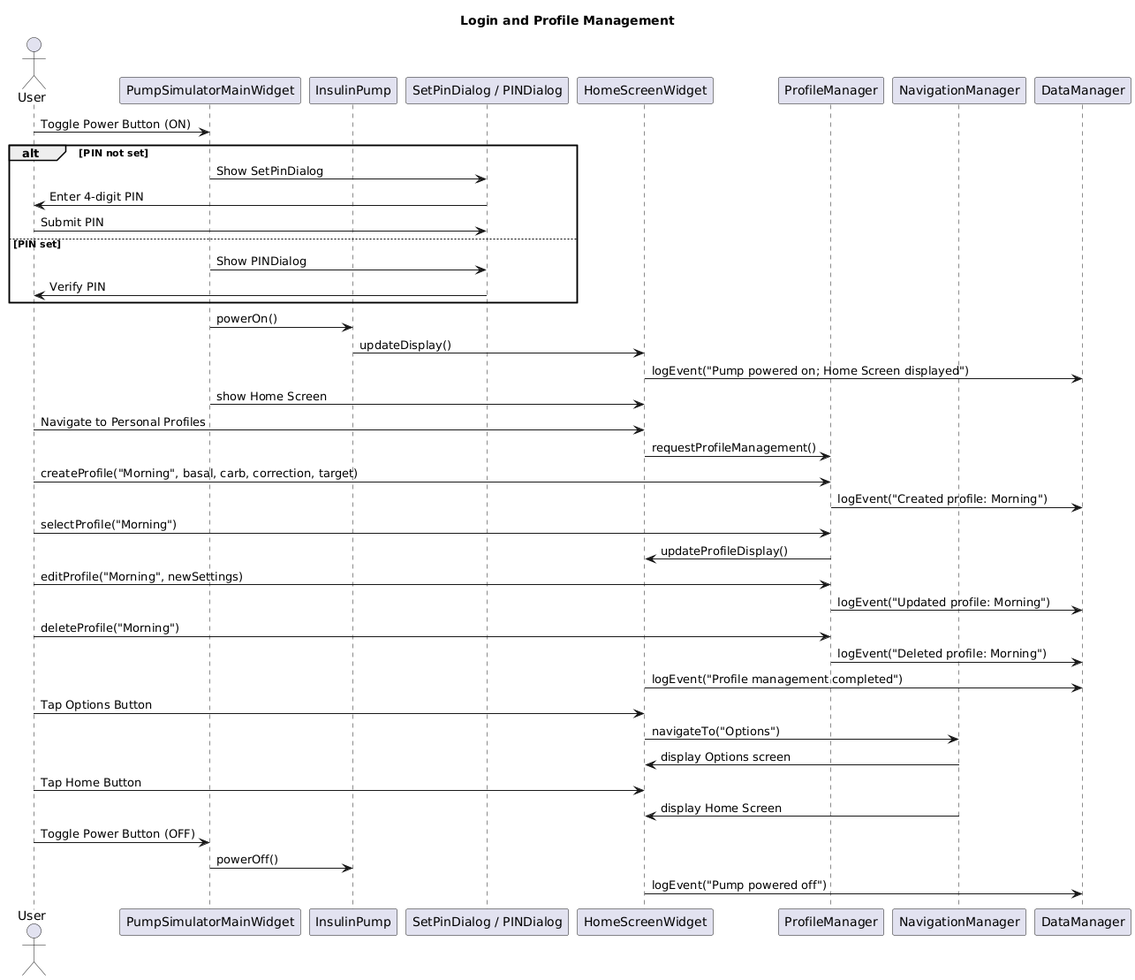
The PlantUML diagram Sequence Diagrams/Login&ProfileManagement.png in nik3tR/Insulin-Pump-Sim, before a commit. Its diagram source:
```plantuml
@startuml
title Login and Profile Management

actor User
participant "PumpSimulatorMainWidget" as PSM
participant "InsulinPump" as IP
participant "SetPinDialog / PINDialog" as PIN
participant "HomeScreenWidget" as HS
participant "ProfileManager" as PM
participant "NavigationManager" as NM
participant "DataManager" as DM

User -> PSM: Toggle Power Button (ON)
alt PIN not set
  PSM -> PIN: Show SetPinDialog
  PIN -> User: Enter 4-digit PIN
  User -> PIN: Submit PIN
else PIN set
  PSM -> PIN: Show PINDialog
  PIN -> User: Verify PIN
end
PSM -> IP: powerOn()
IP -> HS: updateDisplay()
HS -> DM: logEvent("Pump powered on; Home Screen displayed")
PSM -> HS: show Home Screen

User -> HS: Navigate to Personal Profiles
HS -> PM: requestProfileManagement()
User -> PM: createProfile("Morning", basal, carb, correction, target)
PM -> DM: logEvent("Created profile: Morning")
User -> PM: selectProfile("Morning")
PM -> HS: updateProfileDisplay()
User -> PM: editProfile("Morning", newSettings)
PM -> DM: logEvent("Updated profile: Morning")
User -> PM: deleteProfile("Morning")
PM -> DM: logEvent("Deleted profile: Morning")
HS -> DM: logEvent("Profile management completed")

User -> HS: Tap Options Button
HS -> NM: navigateTo("Options")
NM -> HS: display Options screen
User -> HS: Tap Home Button
NM -> HS: display Home Screen

User -> PSM: Toggle Power Button (OFF)
PSM -> IP: powerOff()
HS -> DM: logEvent("Pump powered off")
@enduml
```
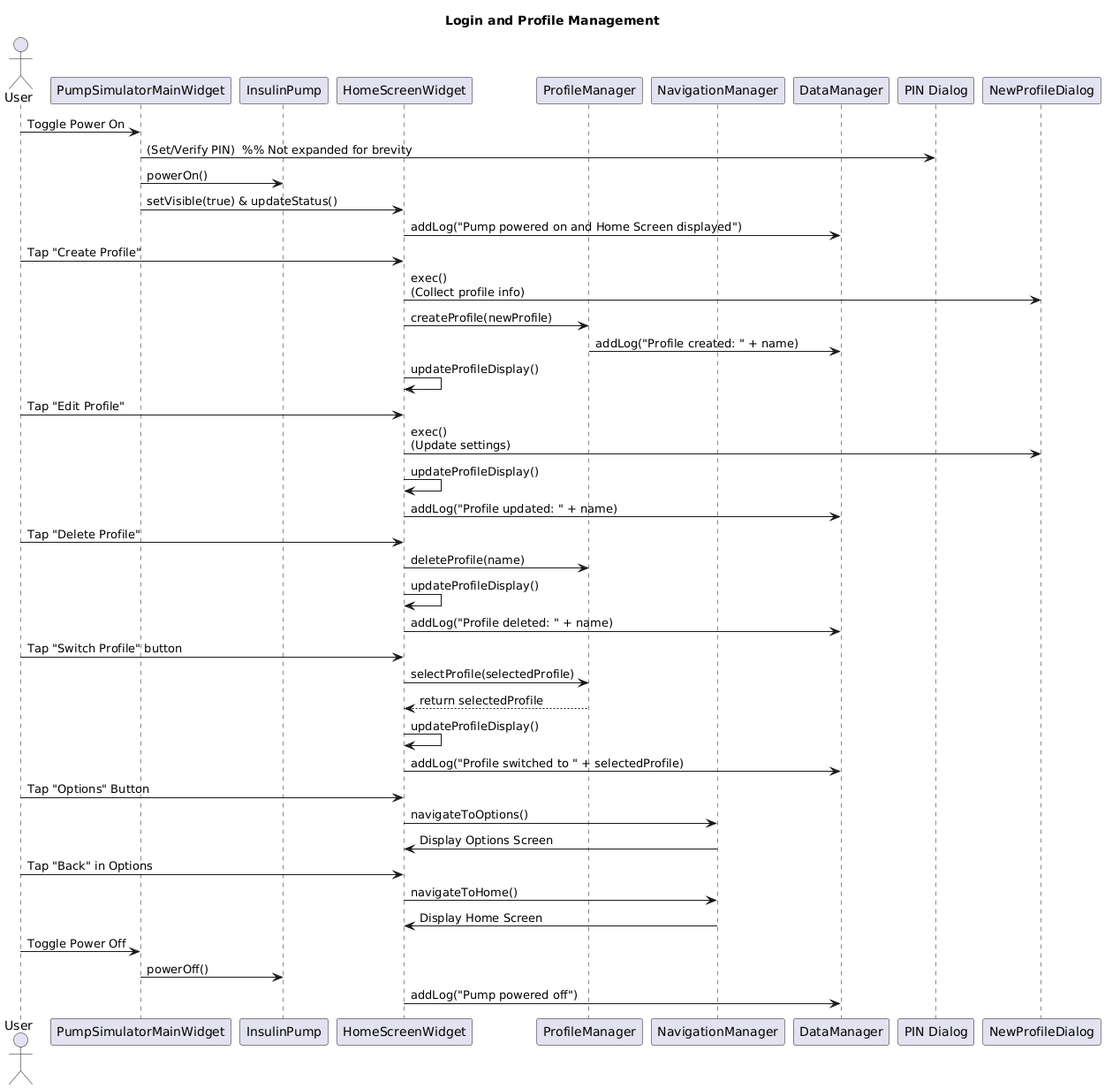
After the commit.

Diff of the diagram source:
```diff
@@ -4,45 +4,48 @@
 actor User
 participant "PumpSimulatorMainWidget" as PSM
 participant "InsulinPump" as IP
-participant "SetPinDialog / PINDialog" as PIN
 participant "HomeScreenWidget" as HS
 participant "ProfileManager" as PM
 participant "NavigationManager" as NM
 participant "DataManager" as DM
 
-User -> PSM: Toggle Power Button (ON)
-alt PIN not set
-  PSM -> PIN: Show SetPinDialog
-  PIN -> User: Enter 4-digit PIN
-  User -> PIN: Submit PIN
-else PIN set
-  PSM -> PIN: Show PINDialog
-  PIN -> User: Verify PIN
-end
+User -> PSM: Toggle Power On
+PSM -> "PIN Dialog": (Set/Verify PIN)  %% Not expanded for brevity
 PSM -> IP: powerOn()
-IP -> HS: updateDisplay()
-HS -> DM: logEvent("Pump powered on; Home Screen displayed")
-PSM -> HS: show Home Screen
+PSM -> HS: setVisible(true) & updateStatus()
+HS -> DM: addLog("Pump powered on and Home Screen displayed")
 
-User -> HS: Navigate to Personal Profiles
-HS -> PM: requestProfileManagement()
-User -> PM: createProfile("Morning", basal, carb, correction, target)
-PM -> DM: logEvent("Created profile: Morning")
-User -> PM: selectProfile("Morning")
-PM -> HS: updateProfileDisplay()
-User -> PM: editProfile("Morning", newSettings)
-PM -> DM: logEvent("Updated profile: Morning")
-User -> PM: deleteProfile("Morning")
-PM -> DM: logEvent("Deleted profile: Morning")
-HS -> DM: logEvent("Profile management completed")
+User -> HS: Tap "Create Profile"
+HS -> "NewProfileDialog": exec() \n(Collect profile info)
+HS -> PM: createProfile(newProfile)
+PM -> DM: addLog("Profile created: " + name)
+HS -> HS: updateProfileDisplay()
 
-User -> HS: Tap Options Button
-HS -> NM: navigateTo("Options")
-NM -> HS: display Options screen
-User -> HS: Tap Home Button
-NM -> HS: display Home Screen
+User -> HS: Tap "Edit Profile"
+HS -> "NewProfileDialog": exec() \n(Update settings)
+HS -> HS: updateProfileDisplay()
+HS -> DM: addLog("Profile updated: " + name)
 
-User -> PSM: Toggle Power Button (OFF)
+User -> HS: Tap "Delete Profile"
+HS -> PM: deleteProfile(name)
+HS -> HS: updateProfileDisplay()
+HS -> DM: addLog("Profile deleted: " + name)
+
+User -> HS: Tap "Switch Profile" button
+HS -> PM: selectProfile(selectedProfile)
+PM --> HS: return selectedProfile
+HS -> HS: updateProfileDisplay()
+HS -> DM: addLog("Profile switched to " + selectedProfile)
+
+User -> HS: Tap "Options" Button
+HS -> NM: navigateToOptions()
+NM -> HS: Display Options Screen
+
+User -> HS: Tap "Back" in Options
+HS -> NM: navigateToHome()
+NM -> HS: Display Home Screen
+
+User -> PSM: Toggle Power Off
 PSM -> IP: powerOff()
-HS -> DM: logEvent("Pump powered off")
+HS -> DM: addLog("Pump powered off")
 @enduml
```
